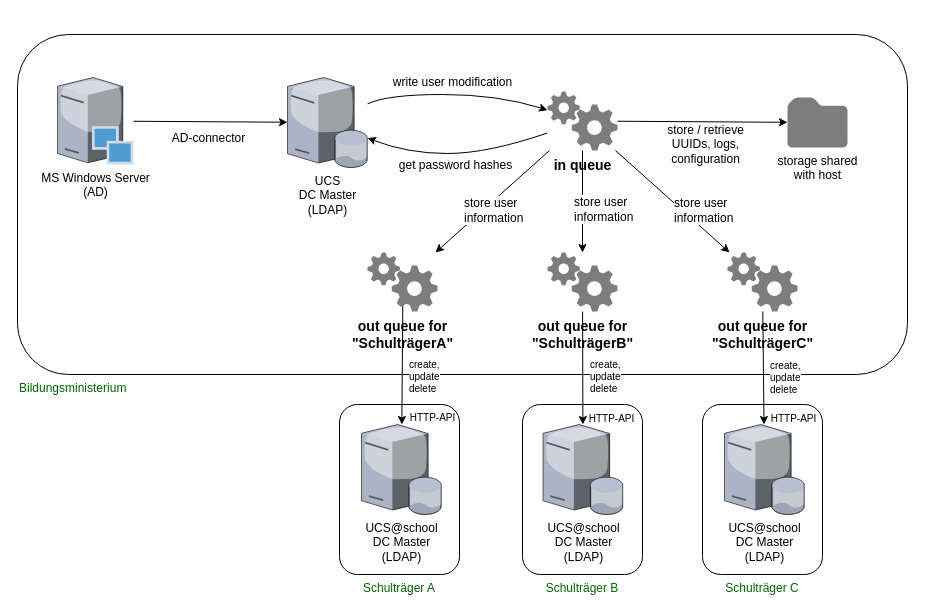
Earlier version of the draw.io diagram src/static/M2M-Sync_overview2.drawio (univention/ucsschool-id-connector). Source tidied: cells renumbered, new cells numbered last; positions are measured from the earlier drawing's top-left corner, leaving out a move shared by most shapes. Both pictures are drawn from the tidied source at 100%, with x=0, y=0 at pixel (17, 34).
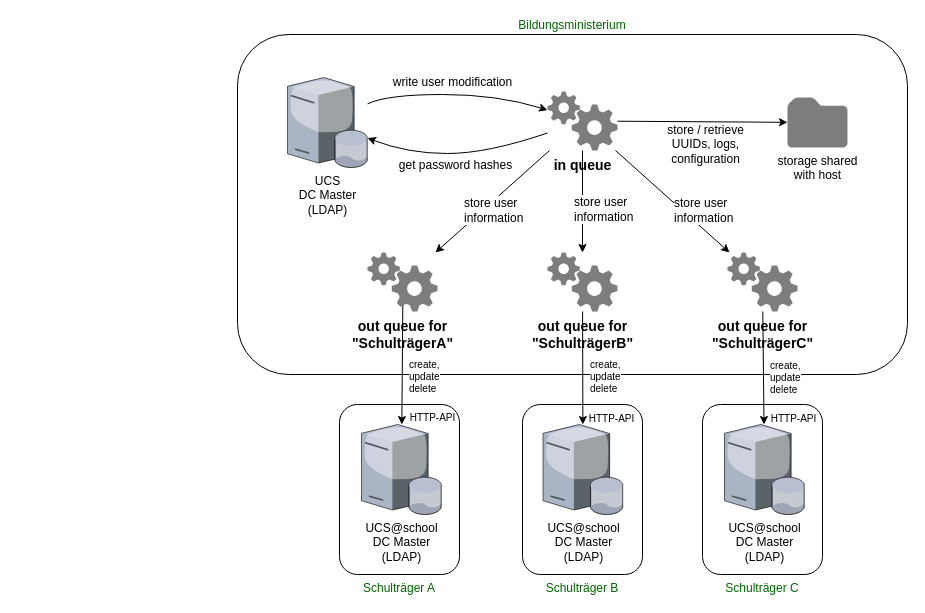
The same page after the edit.

The change refers to these unchanged cells:
```xml
<mxCell id="11" value="UCS&lt;br&gt;DC Master&lt;br&gt;(LDAP)" style="verticalLabelPosition=bottom;html=1;verticalAlign=top;strokeColor=none;align=center;outlineConnect=0;shape=mxgraph.citrix.database_server;" parent="1" vertex="1">
  <mxGeometry x="270" y="43" width="80" height="90" as="geometry" />
</mxCell>
```

Change to the diagram source:
```diff
@@
-    <mxCell id="5" style="rounded=1;whiteSpace=wrap;html=1;labelPosition=center;verticalLabelPosition=bottom;align=center;verticalAlign=top;" parent="1" vertex="1">
-      <mxGeometry width="890" height="340" as="geometry" />
+    <mxCell id="5" value="&lt;span style=&quot;color: rgb(0 , 102 , 0) ; white-space: normal&quot;&gt;Bildungsministerium&lt;/span&gt;" style="rounded=1;whiteSpace=wrap;html=1;labelPosition=center;verticalLabelPosition=top;align=center;verticalAlign=bottom;" parent="1" vertex="1">
+      <mxGeometry x="220" width="670" height="340" as="geometry" />
     </mxCell>
@@
-    <mxCell id="8" value="MS Windows Server&lt;br&gt;(AD)" style="verticalLabelPosition=bottom;html=1;verticalAlign=top;strokeColor=none;align=center;outlineConnect=0;shape=mxgraph.citrix.provisioning_server;" parent="1" vertex="1">
-      <mxGeometry x="40" y="43" width="76" height="87" as="geometry" />
-    </mxCell>
-    <mxCell id="9" style="endArrow=classic;html=1;" parent="1" edge="1" source="8" target="11">
-      <mxGeometry relative="1" as="geometry" />
-    </mxCell>
-    <mxCell id="10" value="AD-connector" style="text;html=1;align=center;verticalAlign=middle;labelBackgroundColor=#ffffff;" parent="9" vertex="1">
-      <mxGeometry x="0.34" relative="1" as="geometry">
-        <mxPoint x="-28" y="16" as="offset" />
-      </mxGeometry>
-    </mxCell>
@@
-    <mxCell id="36" value="Bildungsministerium" style="text;html=1;fillColor=none;strokeColor=none;fontColor=#006600;" parent="1" vertex="1">
-      <mxGeometry y="340" width="120" height="30" as="geometry" />
-    </mxCell>
```
